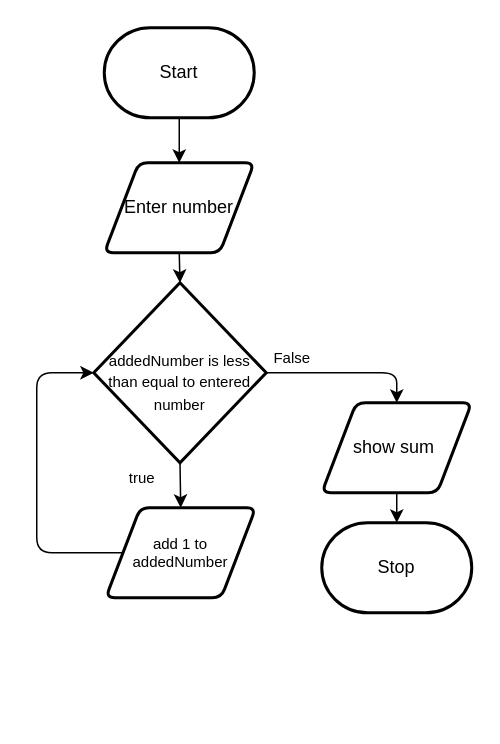
Before: design/flowchart.drawio in Johanna-liu16/ICS2O-Unit-5-07-JS, a draw.io diagram. Source tidied: cells renumbered, new cells numbered last; positions are measured from the earlier drawing's top-left corner, leaving out a move shared by most shapes. Both pictures are drawn from the tidied source at 150%, with x=0, y=0 at pixel (36, 27).
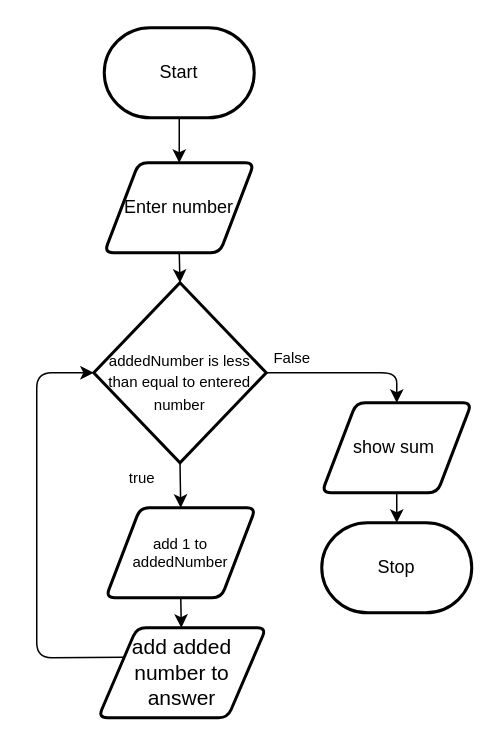
The same diagram, later.

The change refers to these unchanged cells:
```xml
<mxCell id="11" value="&lt;font style=&quot;font-size: 10px&quot;&gt;addedNumber is less than equal to entered number&lt;/font&gt;" style="strokeWidth=2;html=1;shape=mxgraph.flowchart.decision;whiteSpace=wrap;spacingBottom=-11;" parent="1" vertex="1">
  <mxGeometry x="38" y="170" width="115" height="120" as="geometry" />
</mxCell>
<mxCell id="13" value="add 1 to addedNumber" style="shape=parallelogram;html=1;strokeWidth=2;perimeter=parallelogramPerimeter;whiteSpace=wrap;rounded=1;arcSize=12;size=0.23;fontSize=10;" parent="1" vertex="1">
  <mxGeometry x="46" y="320" width="100" height="60" as="geometry" />
</mxCell>
```

Diff of the diagram source:
```diff
@@
-    <mxCell id="12" style="edgeStyle=none;html=1;fontSize=10;entryX=0;entryY=0.5;entryDx=0;entryDy=0;entryPerimeter=0;" parent="1" edge="1" source="13" target="11">
+    <mxCell id="12" style="edgeStyle=none;html=1;fontSize=10;entryX=0;entryY=0.5;entryDx=0;entryDy=0;entryPerimeter=0;exitX=0;exitY=0.25;exitDx=0;exitDy=0;" parent="1" edge="1" source="17" target="11">
       <mxGeometry relative="1" as="geometry">
         <Array as="points">
-          <mxPoint y="350" />
+          <mxPoint y="420" />
           <mxPoint y="230" />
         </Array>
       </mxGeometry>
     </mxCell>
+    <mxCell id="16" style="edgeStyle=none;html=1;exitX=0.5;exitY=1;exitDx=0;exitDy=0;fontSize=14;" parent="1" edge="1" source="13" target="17">
+      <mxGeometry relative="1" as="geometry" />
+    </mxCell>
@@
+    <mxCell id="17" value="&lt;font style=&quot;font-size: 14px&quot;&gt;add added number to answer&lt;/font&gt;" style="shape=parallelogram;html=1;strokeWidth=2;perimeter=parallelogramPerimeter;whiteSpace=wrap;rounded=1;arcSize=12;size=0.23;fontSize=10;" parent="1" vertex="1">
+      <mxGeometry x="41" y="400" width="112" height="60" as="geometry" />
+    </mxCell>
```
